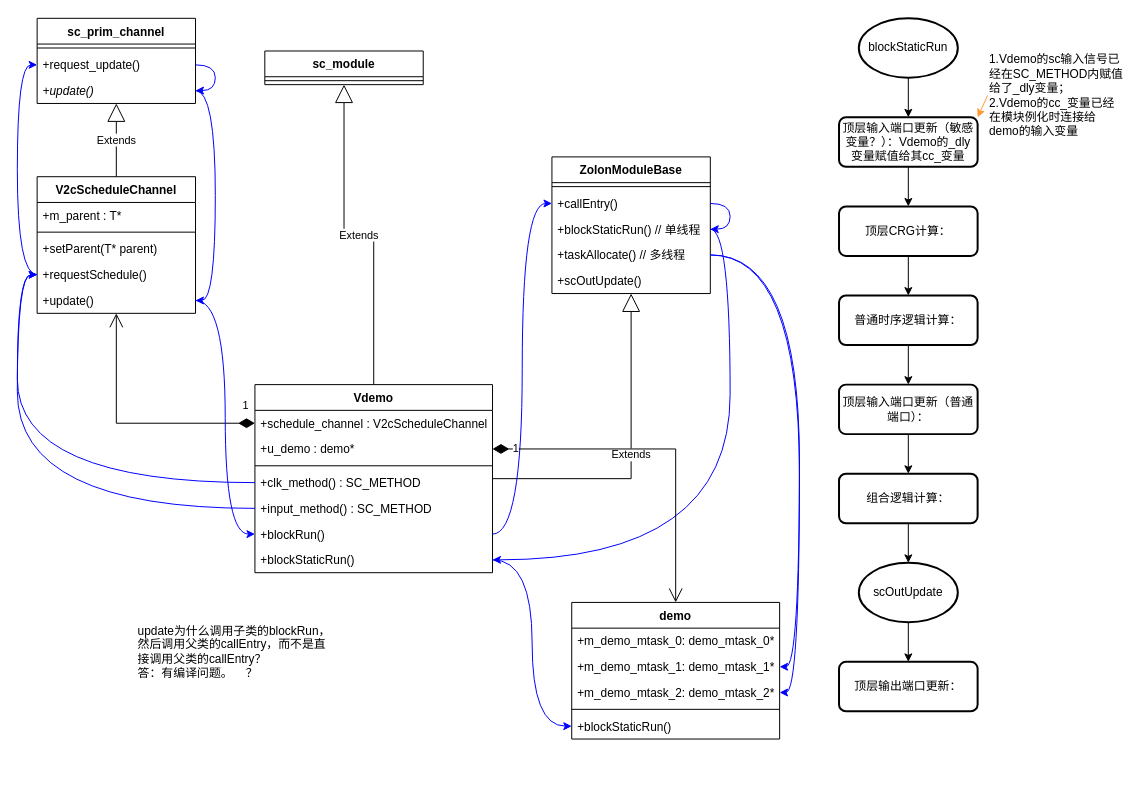
The draw.io diagram zolon_schedule.drawio in Dercury/CLDK, before the edit. Source tidied: cells renumbered, new cells numbered last; positions are measured from the earlier drawing's top-left corner, leaving out a move shared by most shapes. Both pictures are drawn from the tidied source at 99%, with x=0, y=0 at pixel (37, 18).
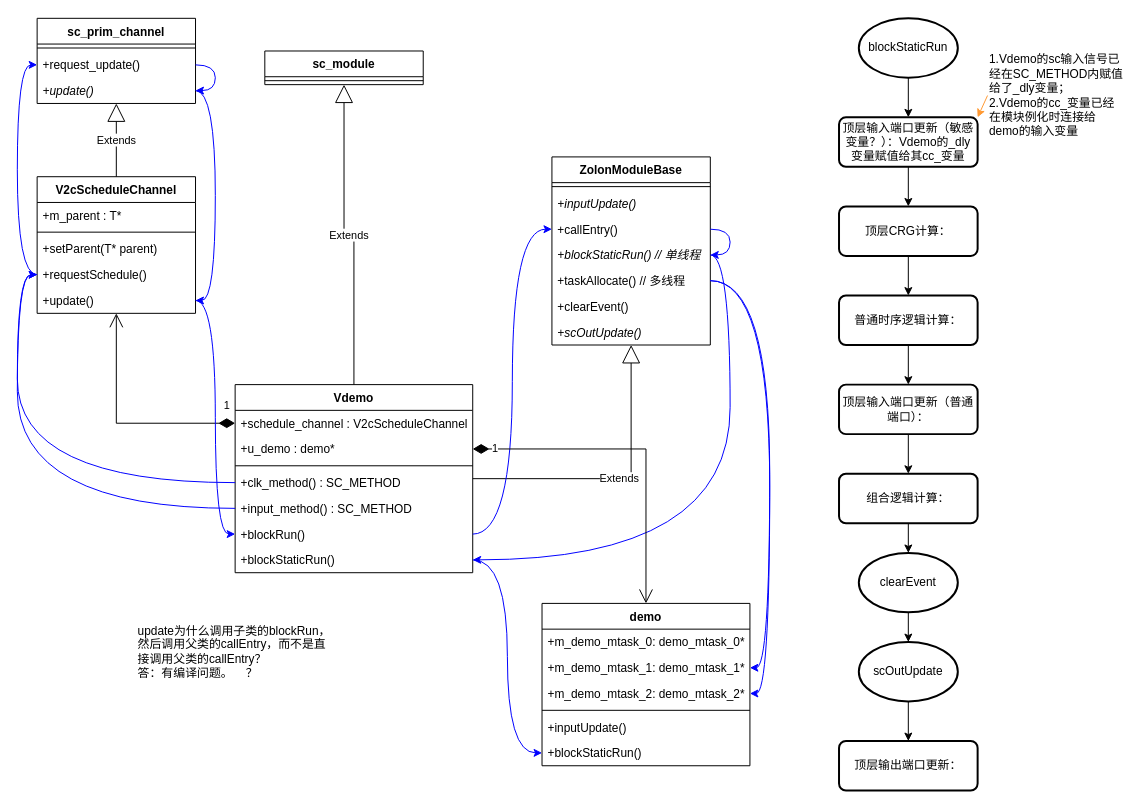
After the change.

The change refers to these unchanged cells:
```xml
<mxCell id="28" value="+blockStaticRun()" style="text;strokeColor=none;fillColor=none;align=left;verticalAlign=top;spacingLeft=4;spacingRight=4;overflow=hidden;points=[[0,0.5],[1,0.5]];portConstraint=eastwest;" parent="21" vertex="1">
  <mxGeometry y="164" width="240" height="26" as="geometry" />
</mxCell>
<mxCell id="64" value="组合逻辑计算：" style="rounded=1;whiteSpace=wrap;html=1;absoluteArcSize=1;arcSize=14;strokeWidth=2;" parent="1" vertex="1">
  <mxGeometry x="810" y="460" width="140" height="50" as="geometry" />
</mxCell>
```

What changed in the source:
```diff
@@
     <mxCell id="14" value="ZolonModuleBase" style="swimlane;fontStyle=1;align=center;verticalAlign=top;horizontal=1;startSize=26;" parent="1" vertex="1">
-      <mxGeometry x="520" y="140" width="160" height="138" as="geometry" />
+      <mxGeometry x="520" y="140" width="160" height="190" as="geometry" />
     </mxCell>
@@
+    <mxCell id="69" value="+inputUpdate()" style="text;strokeColor=none;fillColor=none;align=left;verticalAlign=top;spacingLeft=4;spacingRight=4;overflow=hidden;fontStyle=2;" parent="14" vertex="1">
+      <mxGeometry y="34" width="160" height="26" as="geometry" />
+    </mxCell>
     <mxCell id="17" value="+callEntry()" style="text;strokeColor=none;fillColor=none;align=left;verticalAlign=top;spacingLeft=4;spacingRight=4;overflow=hidden;points=[[0,0.5],[1,0.5]];portConstraint=eastwest;" parent="14" vertex="1">
-      <mxGeometry y="34" width="160" height="26" as="geometry" />
+      <mxGeometry y="60" width="160" height="26" as="geometry" />
     </mxCell>
-    <mxCell id="18" value="+blockStaticRun() // 单线程" style="text;strokeColor=none;fillColor=none;align=left;verticalAlign=top;spacingLeft=4;spacingRight=4;overflow=hidden;points=[[0,0.5],[1,0.5]];portConstraint=eastwest;" parent="14" vertex="1">
-      <mxGeometry y="60" width="160" height="26" as="geometry" />
+    <mxCell id="18" value="+blockStaticRun() // 单线程" style="text;strokeColor=none;fillColor=none;align=left;verticalAlign=top;spacingLeft=4;spacingRight=4;overflow=hidden;points=[[0,0.5],[1,0.5]];portConstraint=eastwest;fontStyle=2;" parent="14" vertex="1">
+      <mxGeometry y="86" width="160" height="26" as="geometry" />
     </mxCell>
     <mxCell id="19" value="+taskAllocate() // 多线程" style="text;strokeColor=none;fillColor=none;align=left;verticalAlign=top;spacingLeft=4;spacingRight=4;overflow=hidden;points=[[0,0.5],[1,0.5]];portConstraint=eastwest;" parent="14" vertex="1">
-      <mxGeometry y="86" width="160" height="26" as="geometry" />
+      <mxGeometry y="112" width="160" height="26" as="geometry" />
     </mxCell>
+    <mxCell id="70" value="+clearEvent()" style="text;strokeColor=none;fillColor=none;align=left;verticalAlign=top;spacingLeft=4;spacingRight=4;overflow=hidden;" parent="14" vertex="1">
+      <mxGeometry y="138" width="160" height="26" as="geometry" />
+    </mxCell>
-    <mxCell id="20" value="+scOutUpdate()" style="text;strokeColor=none;fillColor=none;align=left;verticalAlign=top;spacingLeft=4;spacingRight=4;overflow=hidden;" parent="14" vertex="1">
-      <mxGeometry y="112" width="160" height="26" as="geometry" />
+    <mxCell id="20" value="+scOutUpdate()" style="text;strokeColor=none;fillColor=none;align=left;verticalAlign=top;spacingLeft=4;spacingRight=4;overflow=hidden;fontStyle=2;" parent="14" vertex="1">
+      <mxGeometry y="164" width="160" height="26" as="geometry" />
     </mxCell>
     <mxCell id="21" value="Vdemo" style="swimlane;fontStyle=1;align=center;verticalAlign=top;horizontal=1;startSize=26;" parent="1" vertex="1">
-      <mxGeometry x="220" y="370" width="240" height="190" as="geometry" />
+      <mxGeometry x="200" y="370" width="240" height="190" as="geometry" />
     </mxCell>
@@
     <mxCell id="41" value="demo" style="swimlane;fontStyle=1;align=center;verticalAlign=top;horizontal=1;startSize=26;" parent="1" vertex="1">
-      <mxGeometry x="540" y="590" width="210" height="138" as="geometry" />
+      <mxGeometry x="510" y="591" width="210" height="164" as="geometry" />
     </mxCell>
@@
-    <mxCell id="46" value="+blockStaticRun()" style="text;strokeColor=none;fillColor=none;align=left;verticalAlign=top;spacingLeft=4;spacingRight=4;overflow=hidden;points=[[0,0.5],[1,0.5]];portConstraint=eastwest;" parent="41" vertex="1">
+    <mxCell id="46" value="+inputUpdate()" style="text;strokeColor=none;fillColor=none;align=left;verticalAlign=top;spacingLeft=4;spacingRight=4;overflow=hidden;points=[[0,0.5],[1,0.5]];portConstraint=eastwest;" parent="41" vertex="1">
       <mxGeometry y="112" width="210" height="26" as="geometry" />
     </mxCell>
+    <mxCell id="71" value="+blockStaticRun()" style="text;strokeColor=none;fillColor=none;align=left;verticalAlign=top;spacingLeft=4;spacingRight=4;overflow=hidden;points=[[0,0.5],[1,0.5]];portConstraint=eastwest;" parent="41" vertex="1">
+      <mxGeometry y="138" width="210" height="26" as="geometry" />
+    </mxCell>
@@
-    <mxCell id="48" style="edgeStyle=orthogonalEdgeStyle;curved=1;rounded=0;jettySize=auto;html=1;strokeColor=#0000FF;elbow=vertical;" parent="1" edge="1" source="28" target="46">
+    <mxCell id="48" style="edgeStyle=orthogonalEdgeStyle;curved=1;rounded=0;jettySize=auto;html=1;strokeColor=#0000FF;elbow=vertical;" parent="1" edge="1" source="28" target="71">
       <mxGeometry relative="1" as="geometry" />
     </mxCell>
@@
-    <mxCell id="63" style="edgeStyle=orthogonalEdgeStyle;rounded=0;jettySize=auto;html=1;exitX=0.5;exitY=1;exitDx=0;exitDy=0;entryX=0.5;entryY=0;entryDx=0;entryDy=0;entryPerimeter=0;strokeColor=#000000;" parent="1" edge="1" source="64" target="66">
+    <mxCell id="63" style="edgeStyle=orthogonalEdgeStyle;rounded=0;jettySize=auto;html=1;exitX=0.5;exitY=1;exitDx=0;exitDy=0;entryX=0.5;entryY=0;entryDx=0;entryDy=0;entryPerimeter=0;strokeColor=#000000;startArrow=none;" parent="1" edge="1" source="73" target="66">
       <mxGeometry relative="1" as="geometry" />
     </mxCell>
+    <mxCell id="72" style="edgeStyle=orthogonalEdgeStyle;rounded=0;jettySize=auto;html=1;exitX=0.5;exitY=1;exitDx=0;exitDy=0;entryX=0.5;entryY=0;entryDx=0;entryDy=0;entryPerimeter=0;strokeColor=#000000;" parent="1" edge="1" source="64" target="73">
+      <mxGeometry relative="1" as="geometry" />
+    </mxCell>
@@
     <mxCell id="66" value="scOutUpdate" style="strokeWidth=2;html=1;shape=mxgraph.flowchart.start_1;whiteSpace=wrap;" parent="1" vertex="1">
-      <mxGeometry x="830" y="550" width="100" height="60" as="geometry" />
+      <mxGeometry x="830" y="630" width="100" height="60" as="geometry" />
     </mxCell>
     <mxCell id="67" value="顶层输出端口更新：" style="rounded=1;whiteSpace=wrap;html=1;absoluteArcSize=1;arcSize=14;strokeWidth=2;" parent="1" vertex="1">
-      <mxGeometry x="810" y="650" width="140" height="50" as="geometry" />
+      <mxGeometry x="810" y="730" width="140" height="50" as="geometry" />
     </mxCell>
@@
+    <mxCell id="73" value="clearEvent" style="strokeWidth=2;html=1;shape=mxgraph.flowchart.start_1;whiteSpace=wrap;" parent="1" vertex="1">
+      <mxGeometry x="830" y="540" width="100" height="60" as="geometry" />
+    </mxCell>
```
